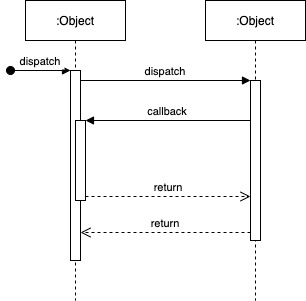
Above: Untitled Diagram.png in zq2020520/diagrams (draw.io), before the change. Source tidied: cells renumbered, new cells last; positions are measured from the earlier drawing's top-left corner, leaving out a move shared by most shapes.
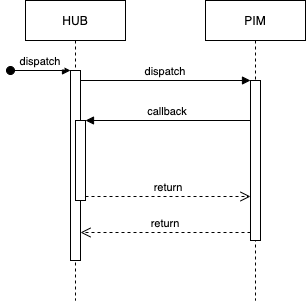
Above is the later version.

The edit, as a diff of the source:
```diff
@@ -2,7 +2,7 @@
   <root>
     <mxCell id="0" />
     <mxCell id="1" parent="0" />
-    <mxCell id="2" value=":Object" style="shape=umlLifeline;perimeter=lifelinePerimeter;rounded=0;shadow=0;strokeWidth=1;" parent="1" vertex="1">
+    <mxCell id="2" value="HUB" style="shape=umlLifeline;perimeter=lifelinePerimeter;rounded=0;shadow=0;strokeWidth=1;" parent="1" vertex="1">
       <mxGeometry x="15" width="100" height="300" as="geometry" />
     </mxCell>
     <mxCell id="3" style="points=[];perimeter=orthogonalPerimeter;rounded=0;shadow=0;strokeWidth=1;" parent="2" vertex="1">
@@ -16,7 +16,7 @@
     <mxCell id="5" style="points=[];perimeter=orthogonalPerimeter;rounded=0;shadow=0;strokeWidth=1;" parent="2" vertex="1">
       <mxGeometry x="50" y="120" width="10" height="80" as="geometry" />
     </mxCell>
-    <mxCell id="6" value=":Object" style="shape=umlLifeline;perimeter=lifelinePerimeter;rounded=0;shadow=0;strokeWidth=1;" parent="1" vertex="1">
+    <mxCell id="6" value="PIM" style="shape=umlLifeline;perimeter=lifelinePerimeter;rounded=0;shadow=0;strokeWidth=1;" parent="1" vertex="1">
       <mxGeometry x="195" width="100" height="300" as="geometry" />
     </mxCell>
     <mxCell id="7" style="points=[];perimeter=orthogonalPerimeter;rounded=0;shadow=0;strokeWidth=1;" parent="6" vertex="1">
```
